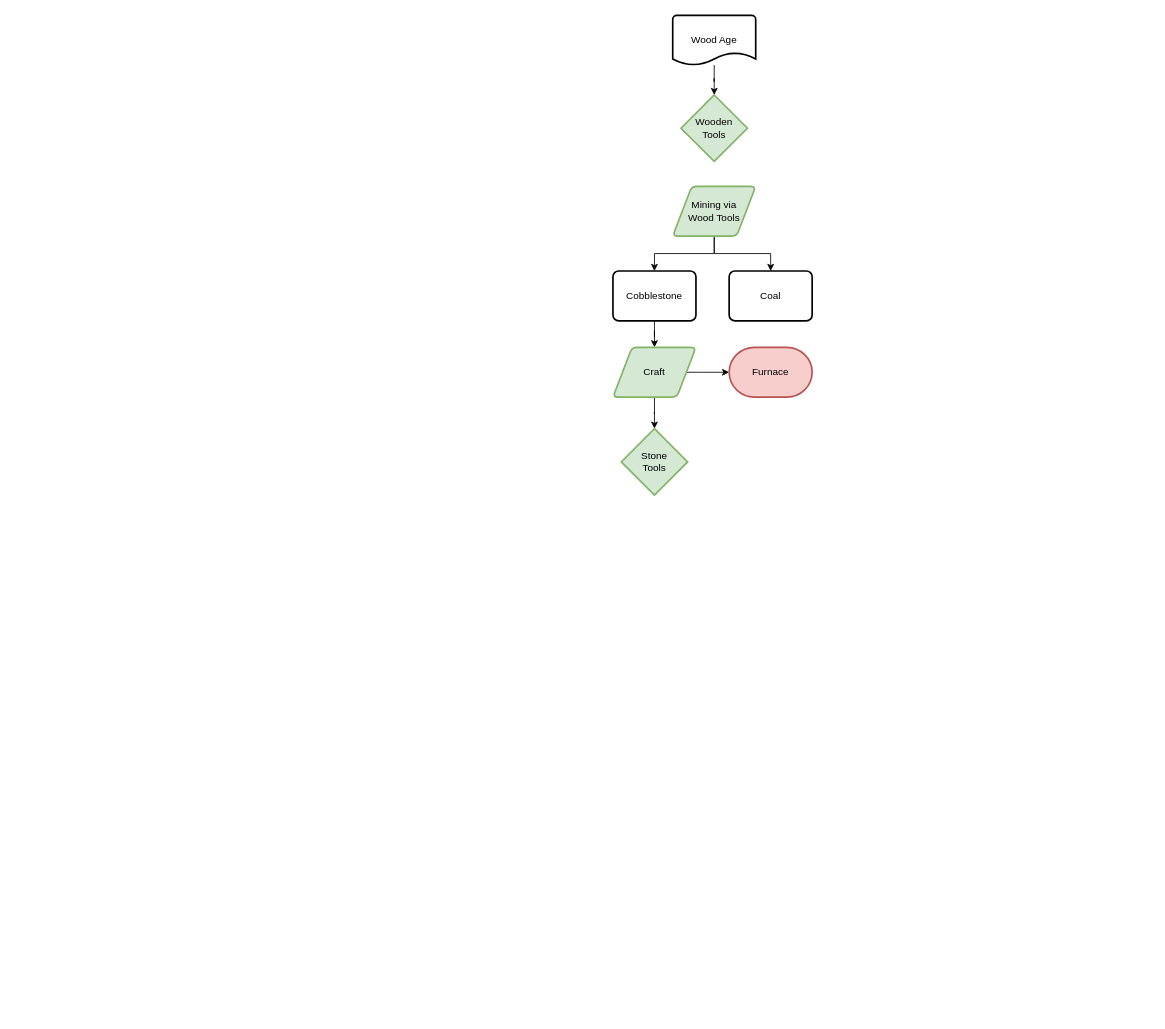
Earlier version of the draw.io diagram page "Wood Age" (4 of 8) of flowcharts/progression.drawio (MeepishRealms/Cog). Source tidied: cells renumbered, new cells numbered last; positions are measured from the earlier drawing's top-left corner, leaving out a move shared by most shapes. Both pictures are drawn from the tidied source at 83%, with x=0, y=0 at pixel (613, 15).
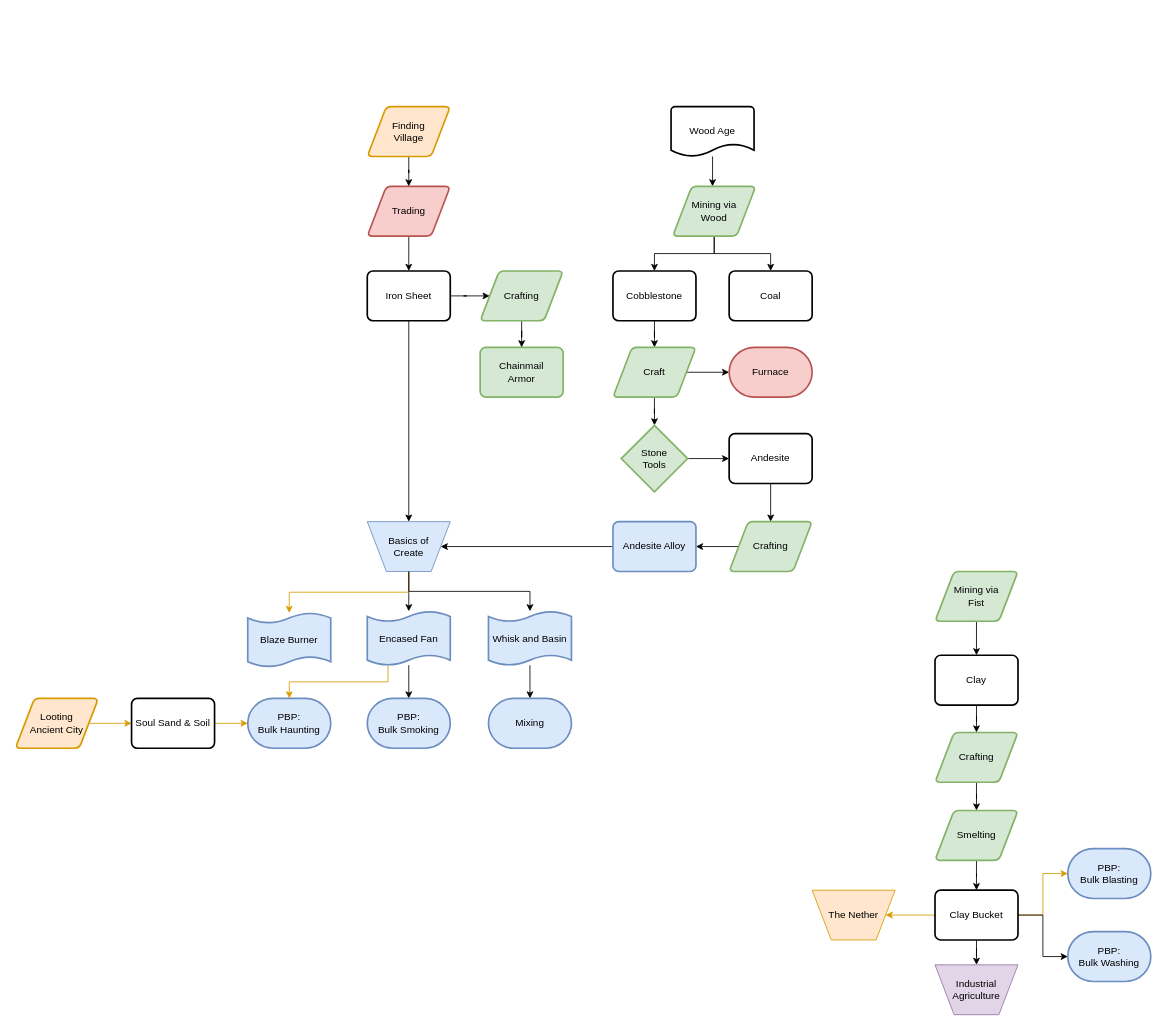
The same diagram, later.

The change refers to these unchanged cells:
```xml
<mxCell id="12" value="Craft" style="shape=parallelogram;html=1;strokeWidth=2;perimeter=parallelogramPerimeter;whiteSpace=wrap;rounded=1;arcSize=12;size=0.23;fillColor=#d5e8d4;strokeColor=#82b366;" parent="1" vertex="1">
  <mxGeometry y="400" width="100" height="60" as="geometry" />
</mxCell>
```

Change to the diagram source:
```diff
@@
-    <mxCell id="2" style="edgeStyle=orthogonalEdgeStyle;rounded=0;jettySize=auto;html=1;" parent="1" edge="1" source="3" target="9">
-      <mxGeometry relative="1" as="geometry" />
+    <mxCell id="2" style="edgeStyle=orthogonalEdgeStyle;rounded=0;jettySize=auto;html=1;" parent="1" edge="1" source="3">
+      <mxGeometry relative="1" as="geometry">
+        <mxPoint x="120" y="206" as="targetPoint" />
+      </mxGeometry>
     </mxCell>
     <mxCell id="3" value="Wood Age" style="strokeWidth=2;html=1;shape=mxgraph.flowchart.document2;whiteSpace=wrap;size=0.25;" parent="1" vertex="1">
-      <mxGeometry x="72" width="100" height="60" as="geometry" />
+      <mxGeometry x="70" y="110" width="100" height="60" as="geometry" />
     </mxCell>
@@
-    <mxCell id="6" value="Mining via&lt;br&gt;Wood Tools" style="shape=parallelogram;html=1;strokeWidth=2;perimeter=parallelogramPerimeter;whiteSpace=wrap;rounded=1;arcSize=12;size=0.23;fillColor=#d5e8d4;strokeColor=#82b366;" parent="1" vertex="1">
+    <mxCell id="6" value="Mining via&lt;br&gt;Wood" style="shape=parallelogram;html=1;strokeWidth=2;perimeter=parallelogramPerimeter;whiteSpace=wrap;rounded=1;arcSize=12;size=0.23;fillColor=#d5e8d4;strokeColor=#82b366;" parent="1" vertex="1">
       <mxGeometry x="72" y="206" width="100" height="60" as="geometry" />
     </mxCell>
@@
-    <mxCell id="9" value="Wooden&lt;br&gt;Tools" style="strokeWidth=2;html=1;shape=mxgraph.flowchart.decision;whiteSpace=wrap;fillColor=#d5e8d4;strokeColor=#82b366;" parent="1" vertex="1">
-      <mxGeometry x="82" y="96" width="80" height="80" as="geometry" />
-    </mxCell>
@@
-    <mxCell id="11" style="edgeStyle=orthogonalEdgeStyle;rounded=0;jettySize=auto;html=1;exitX=0.5;exitY=1;exitDx=0;exitDy=0;" parent="1" edge="1" source="12" target="13">
+    <mxCell id="11" style="edgeStyle=orthogonalEdgeStyle;rounded=0;jettySize=auto;html=1;" parent="1" edge="1" source="12" target="13">
       <mxGeometry relative="1" as="geometry" />
     </mxCell>
@@
-    <mxCell id="13" value="Stone&lt;br&gt;Tools" style="strokeWidth=2;html=1;shape=mxgraph.flowchart.decision;whiteSpace=wrap;fillColor=#d5e8d4;strokeColor=#82b366;" parent="1" vertex="1">
-      <mxGeometry x="10" y="498" width="80" height="80" as="geometry" />
-    </mxCell>
@@
+    <mxCell id="16" style="edgeStyle=orthogonalEdgeStyle;rounded=0;jettySize=auto;html=1;exitX=1;exitY=0.5;exitDx=0;exitDy=0;exitPerimeter=0;" parent="1" edge="1" source="13" target="57">
+      <mxGeometry relative="1" as="geometry" />
+    </mxCell>
+    <mxCell id="13" value="Stone&lt;br&gt;Tools" style="strokeWidth=2;html=1;shape=mxgraph.flowchart.decision;whiteSpace=wrap;fillColor=#d5e8d4;strokeColor=#82b366;" parent="1" vertex="1">
+      <mxGeometry x="10" y="494" width="80" height="80" as="geometry" />
+    </mxCell>
+    <mxCell id="17" value="Industrial&lt;br&gt;Agriculture" style="verticalLabelPosition=middle;verticalAlign=middle;html=1;shape=trapezoid;perimeter=trapezoidPerimeter;whiteSpace=wrap;size=0.23;arcSize=10;flipV=1;labelPosition=center;align=center;fillColor=#e1d5e7;strokeColor=#9673a6;" parent="1" vertex="1">
+      <mxGeometry x="388" y="1144" width="100" height="60" as="geometry" />
+    </mxCell>
+    <mxCell id="18" style="edgeStyle=orthogonalEdgeStyle;rounded=0;jettySize=auto;html=1;" parent="1" edge="1" source="19" target="23">
+      <mxGeometry relative="1" as="geometry" />
+    </mxCell>
+    <mxCell id="19" value="Clay" style="rounded=1;whiteSpace=wrap;html=1;absoluteArcSize=1;arcSize=14;strokeWidth=2;" parent="1" vertex="1">
+      <mxGeometry x="388" y="771" width="100" height="60" as="geometry" />
+    </mxCell>
+    <mxCell id="20" style="edgeStyle=orthogonalEdgeStyle;rounded=0;jettySize=auto;html=1;" parent="1" edge="1" source="21" target="19">
+      <mxGeometry relative="1" as="geometry" />
+    </mxCell>
+    <mxCell id="21" value="Mining via&lt;br&gt;Fist" style="shape=parallelogram;html=1;strokeWidth=2;perimeter=parallelogramPerimeter;whiteSpace=wrap;rounded=1;arcSize=12;size=0.23;fillColor=#d5e8d4;strokeColor=#82b366;" parent="1" vertex="1">
+      <mxGeometry x="388" y="670" width="100" height="60" as="geometry" />
+    </mxCell>
+    <mxCell id="22" style="edgeStyle=orthogonalEdgeStyle;rounded=0;jettySize=auto;html=1;" parent="1" edge="1" source="23" target="25">
+      <mxGeometry relative="1" as="geometry" />
+    </mxCell>
+    <mxCell id="23" value="Crafting" style="shape=parallelogram;html=1;strokeWidth=2;perimeter=parallelogramPerimeter;whiteSpace=wrap;rounded=1;arcSize=12;size=0.23;fillColor=#d5e8d4;strokeColor=#82b366;" parent="1" vertex="1">
+      <mxGeometry x="388" y="864" width="100" height="60" as="geometry" />
+    </mxCell>
+    <mxCell id="24" style="edgeStyle=orthogonalEdgeStyle;rounded=0;jettySize=auto;html=1;" parent="1" edge="1" source="25" target="29">
+      <mxGeometry relative="1" as="geometry" />
+    </mxCell>
+    <mxCell id="25" value="Smelting" style="shape=parallelogram;html=1;strokeWidth=2;perimeter=parallelogramPerimeter;whiteSpace=wrap;rounded=1;arcSize=12;size=0.23;fillColor=#d5e8d4;strokeColor=#82b366;" parent="1" vertex="1">
+      <mxGeometry x="388" y="958" width="100" height="60" as="geometry" />
+    </mxCell>
+    <mxCell id="26" style="edgeStyle=orthogonalEdgeStyle;rounded=0;jettySize=auto;html=1;" parent="1" edge="1" source="29" target="17">
+      <mxGeometry relative="1" as="geometry" />
+    </mxCell>
+    <mxCell id="27" style="edgeStyle=orthogonalEdgeStyle;rounded=0;jettySize=auto;html=1;exitX=1;exitY=0.5;exitDx=0;exitDy=0;fillColor=#ffe6cc;strokeColor=#d79b00;" parent="1" edge="1" source="29" target="30">
+      <mxGeometry relative="1" as="geometry" />
+    </mxCell>
+    <mxCell id="28" style="edgeStyle=orthogonalEdgeStyle;rounded=0;jettySize=auto;html=1;fillColor=#ffe6cc;strokeColor=#d79b00;" parent="1" edge="1" source="29" target="33">
+      <mxGeometry relative="1" as="geometry" />
+    </mxCell>
+    <mxCell id="29" value="Clay Bucket" style="rounded=1;whiteSpace=wrap;html=1;absoluteArcSize=1;arcSize=14;strokeWidth=2;" parent="1" vertex="1">
+      <mxGeometry x="388" y="1054" width="100" height="60" as="geometry" />
+    </mxCell>
+    <mxCell id="30" value="PBP:&lt;br&gt;Bulk Blasting" style="strokeWidth=2;html=1;shape=mxgraph.flowchart.terminator;whiteSpace=wrap;fillColor=#dae8fc;strokeColor=#6c8ebf;" parent="1" vertex="1">
+      <mxGeometry x="548" y="1004" width="100" height="60" as="geometry" />
+    </mxCell>
+    <mxCell id="31" value="PBP:&lt;br&gt;Bulk Washing" style="strokeWidth=2;html=1;shape=mxgraph.flowchart.terminator;whiteSpace=wrap;fillColor=#dae8fc;strokeColor=#6c8ebf;" parent="1" vertex="1">
+      <mxGeometry x="548" y="1104" width="100" height="60" as="geometry" />
+    </mxCell>
+    <mxCell id="32" style="edgeStyle=orthogonalEdgeStyle;rounded=0;jettySize=auto;html=1;exitX=1;exitY=0.5;exitDx=0;exitDy=0;" parent="1" edge="1" source="29" target="31">
+      <mxGeometry relative="1" as="geometry" />
+    </mxCell>
+    <mxCell id="33" value="The Nether" style="verticalLabelPosition=middle;verticalAlign=middle;html=1;shape=trapezoid;perimeter=trapezoidPerimeter;whiteSpace=wrap;size=0.23;arcSize=10;flipV=1;labelPosition=center;align=center;fillColor=#ffe6cc;strokeColor=#d79b00;" parent="1" vertex="1">
+      <mxGeometry x="240" y="1054" width="100" height="60" as="geometry" />
+    </mxCell>
+    <mxCell id="34" style="edgeStyle=orthogonalEdgeStyle;rounded=0;jettySize=auto;html=1;" parent="1" edge="1" source="35" target="38">
+      <mxGeometry relative="1" as="geometry" />
+    </mxCell>
+    <mxCell id="35" value="Trading" style="shape=parallelogram;html=1;strokeWidth=2;perimeter=parallelogramPerimeter;whiteSpace=wrap;rounded=1;arcSize=12;size=0.23;fillColor=#f8cecc;strokeColor=#b85450;" parent="1" vertex="1">
+      <mxGeometry x="-296" y="206" width="100" height="60" as="geometry" />
+    </mxCell>
+    <mxCell id="36" style="edgeStyle=orthogonalEdgeStyle;rounded=0;jettySize=auto;html=1;exitX=0.5;exitY=1;exitDx=0;exitDy=0;" parent="1" edge="1" source="38" target="41">
+      <mxGeometry relative="1" as="geometry" />
+    </mxCell>
+    <mxCell id="37" style="edgeStyle=orthogonalEdgeStyle;rounded=0;jettySize=auto;html=1;exitX=1;exitY=0.5;exitDx=0;exitDy=0;" parent="1" edge="1" source="38" target="60">
+      <mxGeometry relative="1" as="geometry" />
+    </mxCell>
+    <mxCell id="38" value="Iron Sheet" style="rounded=1;whiteSpace=wrap;html=1;absoluteArcSize=1;arcSize=14;strokeWidth=2;" parent="1" vertex="1">
+      <mxGeometry x="-296" y="308" width="100" height="60" as="geometry" />
+    </mxCell>
+    <mxCell id="39" style="edgeStyle=orthogonalEdgeStyle;rounded=0;jettySize=auto;html=1;exitX=0.5;exitY=1;exitDx=0;exitDy=0;" parent="1" edge="1" source="41" target="45">
+      <mxGeometry relative="1" as="geometry" />
+    </mxCell>
+    <mxCell id="40" style="edgeStyle=orthogonalEdgeStyle;rounded=0;jettySize=auto;html=1;exitX=0.5;exitY=1;exitDx=0;exitDy=0;fillColor=#ffe6cc;strokeColor=#d79b00;" parent="1" edge="1" source="41" target="51">
+      <mxGeometry relative="1" as="geometry" />
+    </mxCell>
+    <mxCell id="41" value="Basics of&lt;br&gt;Create" style="verticalLabelPosition=middle;verticalAlign=middle;html=1;shape=trapezoid;perimeter=trapezoidPerimeter;whiteSpace=wrap;size=0.23;arcSize=10;flipV=1;labelPosition=center;align=center;fillColor=#dae8fc;strokeColor=#6c8ebf;" parent="1" vertex="1">
+      <mxGeometry x="-296" y="610" width="100" height="60" as="geometry" />
+    </mxCell>
+    <mxCell id="42" value="PBP:&lt;br&gt;Bulk Haunting" style="strokeWidth=2;html=1;shape=mxgraph.flowchart.terminator;whiteSpace=wrap;fillColor=#dae8fc;strokeColor=#6c8ebf;" parent="1" vertex="1">
+      <mxGeometry x="-440" y="823" width="100" height="60" as="geometry" />
+    </mxCell>
+    <mxCell id="43" style="edgeStyle=orthogonalEdgeStyle;rounded=0;jettySize=auto;html=1;" parent="1" edge="1" source="45" target="46">
+      <mxGeometry relative="1" as="geometry" />
+    </mxCell>
+    <mxCell id="44" style="edgeStyle=orthogonalEdgeStyle;rounded=0;jettySize=auto;html=1;exitX=0.25;exitY=1;exitDx=0;exitDy=0;exitPerimeter=0;fillColor=#ffe6cc;strokeColor=#d79b00;" parent="1" edge="1" source="45" target="42">
+      <mxGeometry relative="1" as="geometry" />
+    </mxCell>
+    <mxCell id="45" value="Encased Fan" style="shape=tape;whiteSpace=wrap;html=1;strokeWidth=2;size=0.19;fillColor=#dae8fc;strokeColor=#6c8ebf;" parent="1" vertex="1">
+      <mxGeometry x="-296" y="718" width="100" height="65" as="geometry" />
+    </mxCell>
+    <mxCell id="46" value="PBP:&lt;br&gt;Bulk Smoking" style="strokeWidth=2;html=1;shape=mxgraph.flowchart.terminator;whiteSpace=wrap;fillColor=#dae8fc;strokeColor=#6c8ebf;" parent="1" vertex="1">
+      <mxGeometry x="-296" y="823" width="100" height="60" as="geometry" />
+    </mxCell>
+    <mxCell id="47" style="edgeStyle=orthogonalEdgeStyle;rounded=0;jettySize=auto;html=1;exitX=1;exitY=0.5;exitDx=0;exitDy=0;fillColor=#ffe6cc;strokeColor=#d79b00;" parent="1" edge="1" source="48" target="50">
+      <mxGeometry relative="1" as="geometry" />
+    </mxCell>
+    <mxCell id="48" value="Looting&lt;br&gt;Ancient City" style="shape=parallelogram;html=1;strokeWidth=2;perimeter=parallelogramPerimeter;whiteSpace=wrap;rounded=1;arcSize=12;size=0.23;fillColor=#ffe6cc;strokeColor=#d79b00;" parent="1" vertex="1">
+      <mxGeometry x="-720" y="823" width="100" height="60" as="geometry" />
+    </mxCell>
+    <mxCell id="49" style="edgeStyle=orthogonalEdgeStyle;rounded=0;jettySize=auto;html=1;fillColor=#ffe6cc;strokeColor=#d79b00;" parent="1" edge="1" source="50" target="42">
+      <mxGeometry relative="1" as="geometry" />
+    </mxCell>
+    <mxCell id="50" value="Soul Sand &amp;amp; Soil" style="rounded=1;whiteSpace=wrap;html=1;absoluteArcSize=1;arcSize=14;strokeWidth=2;" parent="1" vertex="1">
+      <mxGeometry x="-580" y="823" width="100" height="60" as="geometry" />
+    </mxCell>
+    <mxCell id="51" value="Blaze Burner" style="shape=tape;whiteSpace=wrap;html=1;strokeWidth=2;size=0.19;fillColor=#dae8fc;strokeColor=#6c8ebf;" parent="1" vertex="1">
+      <mxGeometry x="-440" y="720" width="100" height="65" as="geometry" />
+    </mxCell>
+    <mxCell id="52" style="edgeStyle=orthogonalEdgeStyle;rounded=0;jettySize=auto;html=1;" parent="1" edge="1" source="53" target="61">
+      <mxGeometry relative="1" as="geometry" />
+    </mxCell>
+    <mxCell id="53" value="Whisk and Basin" style="shape=tape;whiteSpace=wrap;html=1;strokeWidth=2;size=0.19;fillColor=#dae8fc;strokeColor=#6c8ebf;" parent="1" vertex="1">
+      <mxGeometry x="-150" y="718" width="100" height="65" as="geometry" />
+    </mxCell>
+    <mxCell id="54" style="edgeStyle=orthogonalEdgeStyle;rounded=0;jettySize=auto;html=1;exitX=0.5;exitY=1;exitDx=0;exitDy=0;" parent="1" edge="1" source="55" target="35">
+      <mxGeometry relative="1" as="geometry" />
+    </mxCell>
+    <mxCell id="55" value="Finding&lt;br&gt;Village" style="shape=parallelogram;html=1;strokeWidth=2;perimeter=parallelogramPerimeter;whiteSpace=wrap;rounded=1;arcSize=12;size=0.23;fillColor=#ffe6cc;strokeColor=#d79b00;" parent="1" vertex="1">
+      <mxGeometry x="-296" y="110" width="100" height="60" as="geometry" />
+    </mxCell>
+    <mxCell id="56" style="edgeStyle=orthogonalEdgeStyle;rounded=0;jettySize=auto;html=1;exitX=0.5;exitY=1;exitDx=0;exitDy=0;" parent="1" edge="1" source="57" target="64">
+      <mxGeometry relative="1" as="geometry" />
+    </mxCell>
+    <mxCell id="57" value="Andesite" style="rounded=1;whiteSpace=wrap;html=1;absoluteArcSize=1;arcSize=14;strokeWidth=2;" parent="1" vertex="1">
+      <mxGeometry x="140" y="504" width="100" height="60" as="geometry" />
+    </mxCell>
+    <mxCell id="58" value="Chainmail&lt;br&gt;Armor" style="rounded=1;whiteSpace=wrap;html=1;absoluteArcSize=1;arcSize=14;strokeWidth=2;fillColor=#d5e8d4;strokeColor=#82b366;" parent="1" vertex="1">
+      <mxGeometry x="-160" y="400" width="100" height="60" as="geometry" />
+    </mxCell>
+    <mxCell id="59" style="edgeStyle=orthogonalEdgeStyle;rounded=0;jettySize=auto;html=1;exitX=0.5;exitY=1;exitDx=0;exitDy=0;" parent="1" edge="1" source="60" target="58">
+      <mxGeometry relative="1" as="geometry" />
+    </mxCell>
+    <mxCell id="60" value="Crafting" style="shape=parallelogram;html=1;strokeWidth=2;perimeter=parallelogramPerimeter;whiteSpace=wrap;rounded=1;arcSize=12;size=0.23;fillColor=#d5e8d4;strokeColor=#82b366;" parent="1" vertex="1">
+      <mxGeometry x="-160" y="308" width="100" height="60" as="geometry" />
+    </mxCell>
+    <mxCell id="61" value="Mixing" style="strokeWidth=2;html=1;shape=mxgraph.flowchart.terminator;whiteSpace=wrap;fillColor=#dae8fc;strokeColor=#6c8ebf;" parent="1" vertex="1">
+      <mxGeometry x="-150" y="823" width="100" height="60" as="geometry" />
+    </mxCell>
+    <mxCell id="62" style="edgeStyle=orthogonalEdgeStyle;rounded=0;jettySize=auto;html=1;exitX=0.5;exitY=1;exitDx=0;exitDy=0;" parent="1" edge="1" source="41" target="53">
+      <mxGeometry relative="1" as="geometry" />
+    </mxCell>
+    <mxCell id="63" style="edgeStyle=orthogonalEdgeStyle;rounded=0;jettySize=auto;html=1;exitX=0;exitY=0.5;exitDx=0;exitDy=0;" parent="1" edge="1" source="64" target="66">
+      <mxGeometry relative="1" as="geometry" />
+    </mxCell>
+    <mxCell id="64" value="Crafting" style="shape=parallelogram;html=1;strokeWidth=2;perimeter=parallelogramPerimeter;whiteSpace=wrap;rounded=1;arcSize=12;size=0.23;fillColor=#d5e8d4;strokeColor=#82b366;" parent="1" vertex="1">
+      <mxGeometry x="140" y="610" width="100" height="60" as="geometry" />
+    </mxCell>
+    <mxCell id="65" style="edgeStyle=orthogonalEdgeStyle;rounded=0;jettySize=auto;html=1;exitX=0;exitY=0.5;exitDx=0;exitDy=0;" parent="1" edge="1" source="66" target="41">
+      <mxGeometry relative="1" as="geometry" />
+    </mxCell>
+    <mxCell id="66" value="Andesite Alloy" style="rounded=1;whiteSpace=wrap;html=1;absoluteArcSize=1;arcSize=14;strokeWidth=2;fillColor=#dae8fc;strokeColor=#6c8ebf;" parent="1" vertex="1">
+      <mxGeometry y="610" width="100" height="60" as="geometry" />
+    </mxCell>
```
